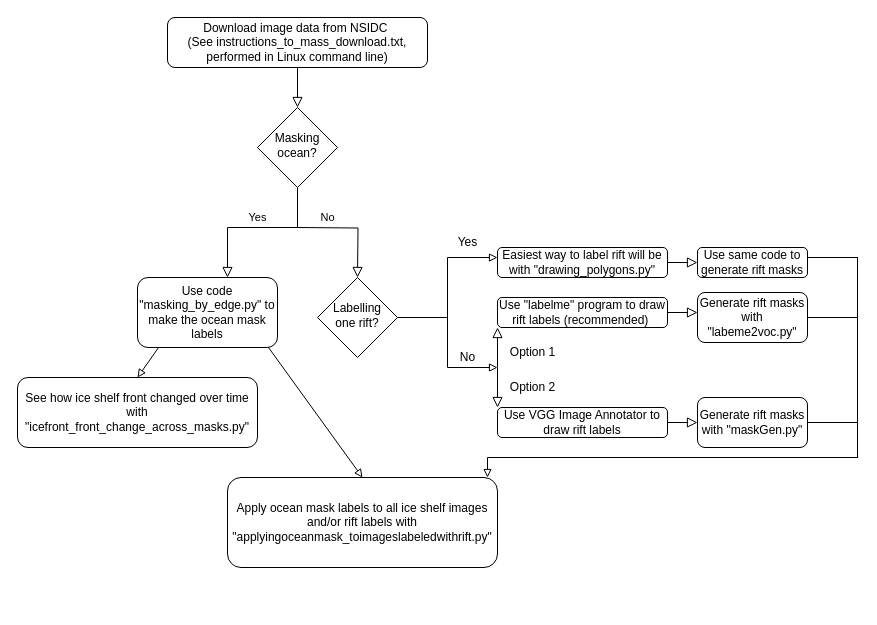
The draw.io diagram Untitled Diagram.drawio in sssigma1216/Antarctic-fracture-detection, before the edit. Source tidied: cells renumbered, new cells numbered last; positions are measured from the earlier drawing's top-left corner, leaving out a move shared by most shapes. Both pictures are drawn from the tidied source at 100%, with x=0, y=0 at pixel (17, 17).
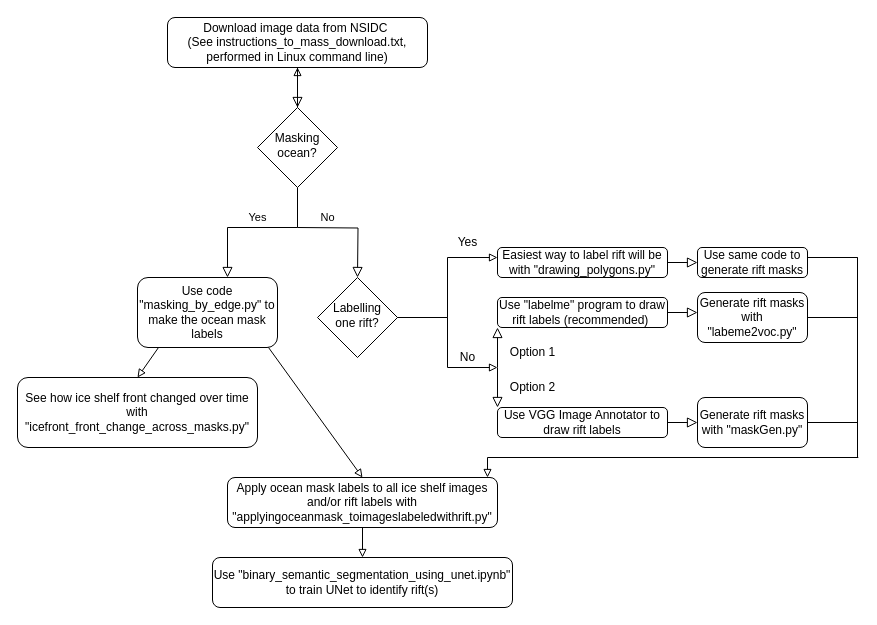
Above is the later version.

Commit message:
update workflow chart

Unchanged cells that the change refers to:
```xml
<mxCell id="3" value="Download image data from NSIDC&amp;nbsp;&lt;br&gt;(See instructions_to_mass_download.txt, performed in Linux command line)" style="rounded=1;whiteSpace=wrap;html=1;fontSize=12;glass=0;strokeWidth=1;shadow=0;" parent="1" vertex="1">
  <mxGeometry x="150" width="260" height="50" as="geometry" />
</mxCell>
<mxCell id="5" value="Masking ocean?" style="rhombus;whiteSpace=wrap;html=1;shadow=0;fontFamily=Helvetica;fontSize=12;align=center;strokeWidth=1;spacing=6;spacingTop=-4;" parent="1" vertex="1">
  <mxGeometry x="240" y="90" width="80" height="80" as="geometry" />
</mxCell>
```

What changed in the source:
```diff
@@
+    <mxCell id="38" style="edgeStyle=none;rounded=0;jettySize=auto;html=1;fontSize=12;endArrow=block;endFill=0;" parent="1" edge="1" source="5" target="3">
+      <mxGeometry relative="1" as="geometry" />
+    </mxCell>
@@
     <mxCell id="37" value="&lt;font style=&quot;font-size: 12px;&quot;&gt;Apply ocean mask labels to all ice shelf images and/or rift labels with &quot;applyingoceanmask_toimageslabeledwithrift.py&quot;&lt;/font&gt;" style="rounded=1;whiteSpace=wrap;html=1;fontSize=12;glass=0;strokeWidth=1;shadow=0;" parent="1" vertex="1">
-      <mxGeometry x="210" y="460" width="270" height="90" as="geometry" />
+      <mxGeometry x="210" y="460" width="270" height="50" as="geometry" />
     </mxCell>
+    <mxCell id="39" style="edgeStyle=none;rounded=0;jettySize=auto;html=1;fontSize=12;endArrow=block;endFill=0;exitX=0.5;exitY=1;exitDx=0;exitDy=0;" parent="1" edge="1" source="37">
+      <mxGeometry relative="1" as="geometry">
+        <mxPoint x="345" y="540" as="targetPoint" />
+      </mxGeometry>
+    </mxCell>
+    <mxCell id="40" value="&lt;font style=&quot;font-size: 12px;&quot;&gt;Use &quot;binary_semantic_segmentation_using_unet.ipynb&quot; to train UNet to identify rift(s)&lt;/font&gt;" style="rounded=1;whiteSpace=wrap;html=1;fontSize=12;glass=0;strokeWidth=1;shadow=0;" parent="1" vertex="1">
+      <mxGeometry x="195" y="540" width="300" height="50" as="geometry" />
+    </mxCell>
```
